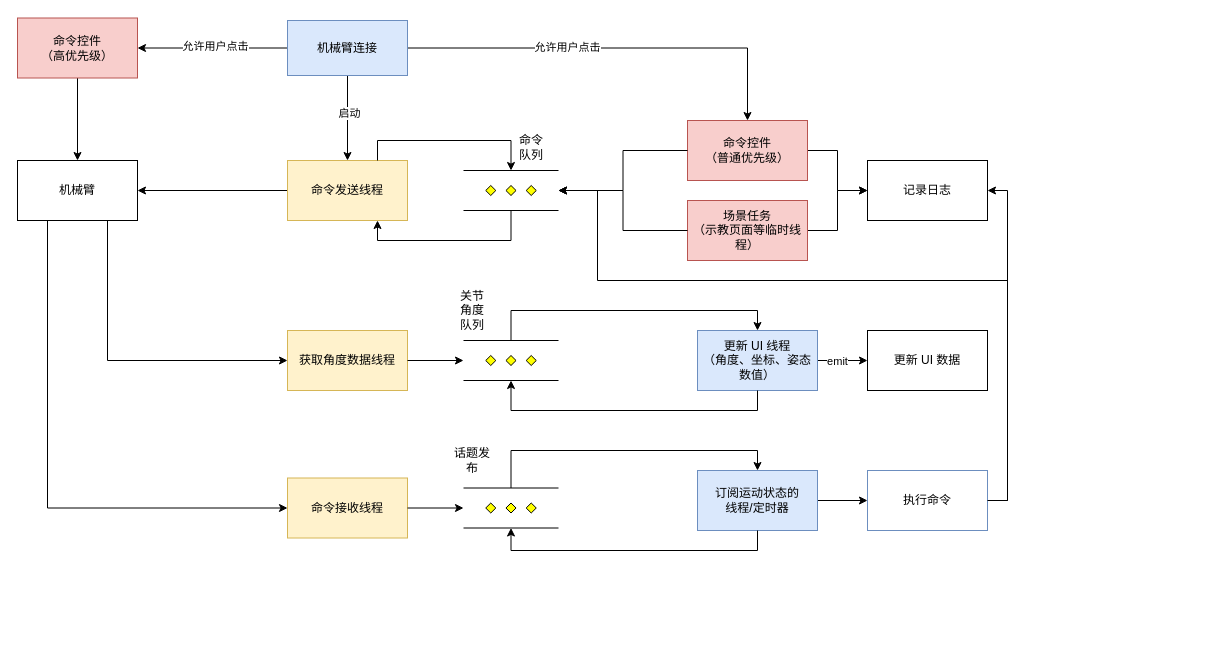
Earlier version of the draw.io diagram page "通讯线程工作流" (4 of 5) of docs/上位机核心逻辑设计.drawio (CoreJK/blinx_robot_arm_control). Source tidied: cells renumbered, new cells numbered last; positions are measured from the earlier drawing's top-left corner, leaving out a move shared by most shapes. Both pictures are drawn from the tidied source at 100%, with x=0, y=0 at pixel (17, 18).
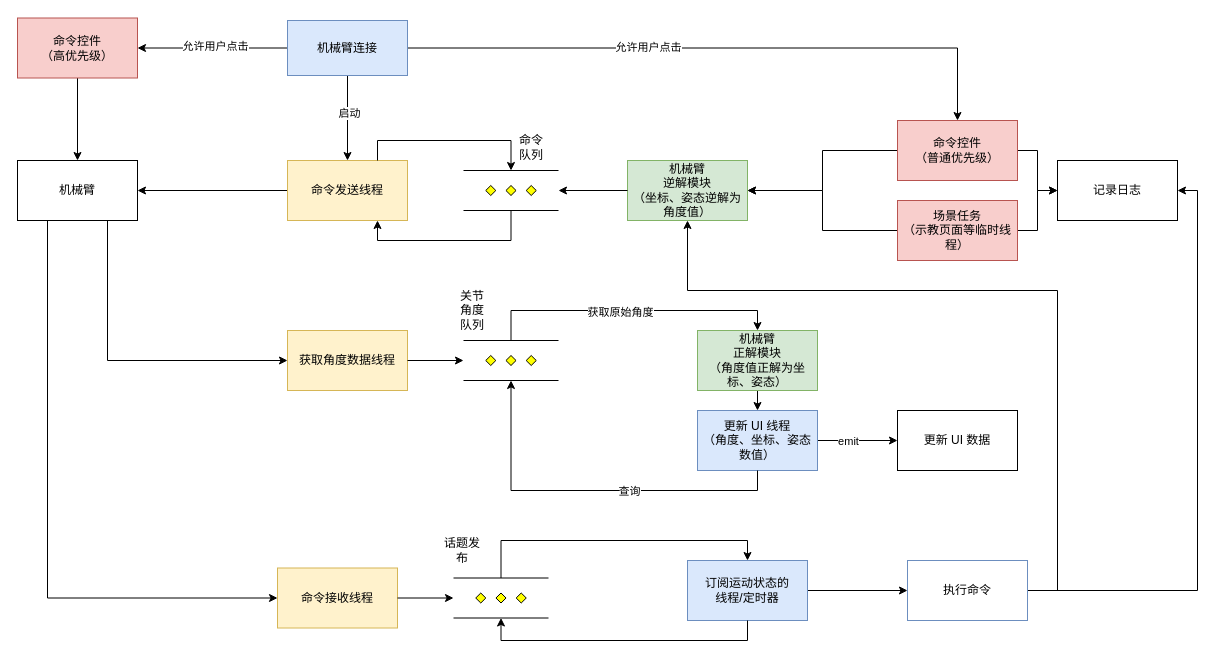
After the change.

The change refers to these unchanged cells:
```xml
<mxCell id="3" style="verticalLabelPosition=bottom;verticalAlign=top;html=1;shape=mxgraph.flowchart.parallel_mode;" parent="1" vertex="1">
  <mxGeometry x="446" y="152" width="95" height="40" as="geometry" />
</mxCell>
<mxCell id="5" style="verticalLabelPosition=bottom;verticalAlign=top;html=1;shape=mxgraph.flowchart.parallel_mode;" parent="1" vertex="1">
  <mxGeometry x="446" y="322" width="95" height="40" as="geometry" />
</mxCell>
<mxCell id="20" style="edgeStyle=orthogonalEdgeStyle;rounded=0;jettySize=auto;html=1;exitX=0.5;exitY=1;exitDx=0;exitDy=0;entryX=0.5;entryY=1;entryDx=0;entryDy=0;entryPerimeter=0;" parent="1" edge="1" source="19" target="5">
  <mxGeometry relative="1" as="geometry" />
</mxCell>
```

Change to the diagram source:
```diff
@@
-    <mxCell id="4" style="edgeStyle=orthogonalEdgeStyle;rounded=0;jettySize=auto;html=1;exitX=0.5;exitY=0;exitDx=0;exitDy=0;exitPerimeter=0;entryX=0.5;entryY=0;entryDx=0;entryDy=0;" parent="1" edge="1" source="5" target="19">
-      <mxGeometry relative="1" as="geometry" />
-    </mxCell>
+    <mxCell id="48" style="edgeStyle=orthogonalEdgeStyle;rounded=0;jettySize=auto;html=1;exitX=0.5;exitY=0;exitDx=0;exitDy=0;exitPerimeter=0;entryX=0.5;entryY=0;entryDx=0;entryDy=0;" parent="1" edge="1" source="5" target="55">
+      <mxGeometry relative="1" as="geometry" />
+    </mxCell>
+    <mxCell id="49" value="获取原始角度" style="edgeLabel;html=1;align=center;verticalAlign=middle;" parent="48" vertex="1">
+      <mxGeometry x="-0.06" y="-1" relative="1" as="geometry" />
+    </mxCell>
@@
+    <mxCell id="50" style="edgeStyle=orthogonalEdgeStyle;rounded=0;jettySize=auto;html=1;exitX=0;exitY=0.5;exitDx=0;exitDy=0;entryX=1;entryY=0.5;entryDx=0;entryDy=0;" parent="1" edge="1" source="12" target="56">
+      <mxGeometry relative="1" as="geometry" />
+    </mxCell>
     <mxCell id="12" value="命令控件&lt;br&gt;（普通优先级）" style="rounded=0;whiteSpace=wrap;html=1;fillColor=#f8cecc;strokeColor=#b85450;" parent="1" vertex="1">
-      <mxGeometry x="670" y="102" width="120" height="60" as="geometry" />
+      <mxGeometry x="880" y="102" width="120" height="60" as="geometry" />
     </mxCell>
@@
-    <mxCell id="14" style="edgeStyle=orthogonalEdgeStyle;rounded=0;jettySize=auto;html=1;exitX=0;exitY=0.5;exitDx=0;exitDy=0;entryX=1;entryY=0.5;entryDx=0;entryDy=0;entryPerimeter=0;" parent="1" edge="1" source="12" target="3">
-      <mxGeometry relative="1" as="geometry" />
-    </mxCell>
@@
     <mxCell id="19" value="更新 UI 线程&lt;br&gt;（角度、坐标、姿态数值）" style="rounded=0;whiteSpace=wrap;html=1;fillColor=#dae8fc;strokeColor=#6c8ebf;" parent="1" vertex="1">
-      <mxGeometry x="680" y="312" width="120" height="60" as="geometry" />
+      <mxGeometry x="680" y="392" width="120" height="60" as="geometry" />
     </mxCell>
@@
+    <mxCell id="51" value="查询" style="edgeLabel;html=1;align=center;verticalAlign=middle;" parent="20" vertex="1">
+      <mxGeometry x="-0.21" relative="1" as="geometry" />
+    </mxCell>
     <mxCell id="21" value="更新 UI 数据" style="rounded=0;whiteSpace=wrap;html=1;" parent="1" vertex="1">
-      <mxGeometry x="850" y="312" width="120" height="60" as="geometry" />
+      <mxGeometry x="880" y="392" width="120" height="60" as="geometry" />
     </mxCell>
     <mxCell id="22" value="记录日志" style="rounded=0;whiteSpace=wrap;html=1;" parent="1" vertex="1">
-      <mxGeometry x="850" y="142" width="120" height="60" as="geometry" />
+      <mxGeometry x="1040" y="142" width="120" height="60" as="geometry" />
     </mxCell>
@@
     <mxCell id="31" style="verticalLabelPosition=bottom;verticalAlign=top;html=1;shape=mxgraph.flowchart.parallel_mode;" parent="1" vertex="1">
-      <mxGeometry x="446" y="469.5" width="95" height="40" as="geometry" />
+      <mxGeometry x="436" y="559.5" width="95" height="40" as="geometry" />
     </mxCell>
@@
     <mxCell id="33" value="订阅运动状态的&lt;br&gt;线程/定时器" style="rounded=0;whiteSpace=wrap;html=1;fillColor=#dae8fc;strokeColor=#6c8ebf;" parent="1" vertex="1">
-      <mxGeometry x="680" y="452" width="120" height="60" as="geometry" />
+      <mxGeometry x="670" y="542" width="120" height="60" as="geometry" />
     </mxCell>
@@
+    <mxCell id="52" style="edgeStyle=orthogonalEdgeStyle;rounded=0;jettySize=auto;html=1;exitX=0;exitY=0.5;exitDx=0;exitDy=0;entryX=1;entryY=0.5;entryDx=0;entryDy=0;" parent="1" edge="1" source="36" target="56">
+      <mxGeometry relative="1" as="geometry" />
+    </mxCell>
     <mxCell id="36" value="场景任务&lt;br&gt;（示教页面等临时线程）" style="rounded=0;whiteSpace=wrap;html=1;fillColor=#f8cecc;strokeColor=#b85450;" parent="1" vertex="1">
-      <mxGeometry x="670" y="182" width="120" height="60" as="geometry" />
+      <mxGeometry x="880" y="182" width="120" height="60" as="geometry" />
     </mxCell>
-    <mxCell id="37" style="edgeStyle=orthogonalEdgeStyle;rounded=0;jettySize=auto;html=1;exitX=0;exitY=0.5;exitDx=0;exitDy=0;entryX=1;entryY=0.5;entryDx=0;entryDy=0;entryPerimeter=0;" parent="1" edge="1" source="36" target="3">
-      <mxGeometry relative="1" as="geometry" />
-    </mxCell>
     <mxCell id="38" value="命令接收线程" style="rounded=0;whiteSpace=wrap;html=1;fillColor=#fff2cc;strokeColor=#d6b656;" parent="1" vertex="1">
-      <mxGeometry x="270" y="459.5" width="120" height="60" as="geometry" />
+      <mxGeometry x="260" y="549.5" width="120" height="60" as="geometry" />
     </mxCell>
@@
     <mxCell id="41" value="话题发布" style="text;html=1;strokeColor=none;fillColor=none;align=center;verticalAlign=middle;whiteSpace=wrap;rounded=0;" parent="1" vertex="1">
-      <mxGeometry x="435" y="432" width="40" height="20" as="geometry" />
+      <mxGeometry x="425" y="522" width="40" height="20" as="geometry" />
     </mxCell>
@@
+    <mxCell id="53" style="edgeStyle=orthogonalEdgeStyle;rounded=0;jettySize=auto;html=1;exitX=1;exitY=0.5;exitDx=0;exitDy=0;entryX=0.5;entryY=1;entryDx=0;entryDy=0;" parent="1" edge="1" source="44" target="56">
+      <mxGeometry relative="1" as="geometry">
+        <Array as="points">
+          <mxPoint x="1040" y="572" />
+          <mxPoint x="1040" y="272" />
+          <mxPoint x="670" y="272" />
+        </Array>
+      </mxGeometry>
+    </mxCell>
     <mxCell id="44" value="执行命令" style="whiteSpace=wrap;html=1;fillColor=#FFFFFF;strokeColor=#6c8ebf;rounded=0;" parent="1" vertex="1">
-      <mxGeometry x="850" y="452" width="120" height="60" as="geometry" />
+      <mxGeometry x="890" y="542" width="120" height="60" as="geometry" />
     </mxCell>
-    <mxCell id="45" style="edgeStyle=orthogonalEdgeStyle;rounded=0;jettySize=auto;html=1;exitX=1;exitY=0.5;exitDx=0;exitDy=0;entryX=1;entryY=0.5;entryDx=0;entryDy=0;entryPerimeter=0;" parent="1" edge="1" source="44" target="3">
-      <mxGeometry relative="1" as="geometry">
-        <Array as="points">
-          <mxPoint x="990" y="482" />
-          <mxPoint x="990" y="262" />
-          <mxPoint x="580" y="262" />
-          <mxPoint x="580" y="172" />
-        </Array>
-      </mxGeometry>
-    </mxCell>
@@
+    <mxCell id="54" style="edgeStyle=orthogonalEdgeStyle;rounded=0;jettySize=auto;html=1;exitX=0.5;exitY=1;exitDx=0;exitDy=0;entryX=0.5;entryY=0;entryDx=0;entryDy=0;" parent="1" edge="1" source="55" target="19">
+      <mxGeometry relative="1" as="geometry" />
+    </mxCell>
+    <mxCell id="55" value="机械臂&lt;br&gt;正解模块&lt;br&gt;（角度值正解为坐标、姿态）" style="rounded=0;whiteSpace=wrap;html=1;fillColor=#d5e8d4;strokeColor=#82b366;" parent="1" vertex="1">
+      <mxGeometry x="680" y="312" width="120" height="60" as="geometry" />
+    </mxCell>
+    <mxCell id="56" value="机械臂&lt;br&gt;逆解模块&lt;br&gt;（坐标、姿态逆解为角度值）" style="rounded=0;whiteSpace=wrap;html=1;fillColor=#d5e8d4;strokeColor=#82b366;" parent="1" vertex="1">
+      <mxGeometry x="610" y="142" width="120" height="60" as="geometry" />
+    </mxCell>
+    <mxCell id="57" style="edgeStyle=orthogonalEdgeStyle;rounded=0;jettySize=auto;html=1;exitX=0;exitY=0.5;exitDx=0;exitDy=0;entryX=1;entryY=0.5;entryDx=0;entryDy=0;entryPerimeter=0;" parent="1" edge="1" source="56" target="3">
+      <mxGeometry relative="1" as="geometry" />
+    </mxCell>
```
